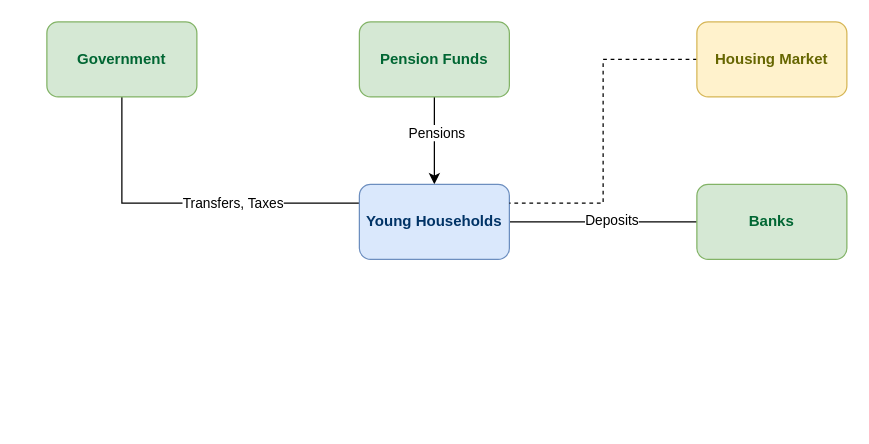
Earlier version of the draw.io diagram crash/CRASH_households_O.drawio (zuzancek/schemes). Source tidied: cells renumbered, new cells numbered last; positions are measured from the earlier drawing's top-left corner, leaving out a move shared by most shapes. Both pictures are drawn from the tidied source at 125%, with x=0, y=0 at pixel (46, 21).
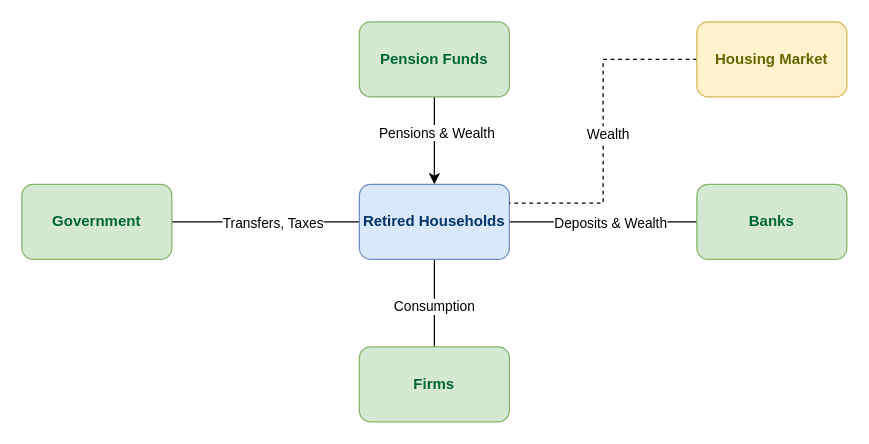
The same page after the edit.

Unchanged cells that the change refers to:
```xml
<mxCell id="2" style="edgeStyle=orthogonalEdgeStyle;rounded=0;jettySize=auto;html=1;entryX=0;entryY=0.5;entryDx=0;entryDy=0;endArrow=none;endFill=0;" parent="1" edge="1" source="8" target="10">
  <mxGeometry relative="1" as="geometry">
    <Array as="points">
      <mxPoint x="450" y="160" />
      <mxPoint x="450" y="160" />
    </Array>
  </mxGeometry>
</mxCell>
<mxCell id="4" style="edgeStyle=orthogonalEdgeStyle;rounded=0;jettySize=auto;html=1;entryX=0.5;entryY=1;entryDx=0;entryDy=0;endArrow=none;endFill=0;startArrow=classic;startFill=1;" parent="1" edge="1" source="8" target="9">
  <mxGeometry relative="1" as="geometry" />
</mxCell>
<mxCell id="11" style="edgeStyle=orthogonalEdgeStyle;rounded=0;jettySize=auto;html=1;entryX=1;entryY=0.25;entryDx=0;entryDy=0;endArrow=none;endFill=0;dashed=1;" parent="1" edge="1" source="12" target="8">
  <mxGeometry relative="1" as="geometry" />
</mxCell>
```

Diff of the diagram source:
```diff
@@
-    <mxCell id="3" value="Deposits" style="edgeLabel;html=1;align=center;verticalAlign=middle;" parent="2" vertex="1">
-      <mxGeometry x="0.08" y="2" relative="1" as="geometry" />
+    <mxCell id="3" value="Deposits &amp;amp; Wealth" style="edgeLabel;html=1;align=center;verticalAlign=middle;" parent="2" vertex="1">
+      <mxGeometry x="0.08" y="2" relative="1" as="geometry">
+        <mxPoint x="-1" y="2" as="offset" />
+      </mxGeometry>
     </mxCell>
@@
-    <mxCell id="5" value="Pensions" style="edgeLabel;html=1;align=center;verticalAlign=middle;" parent="4" vertex="1">
+    <mxCell id="5" value="Pensions &amp;amp; Wealth" style="edgeLabel;html=1;align=center;verticalAlign=middle;" parent="4" vertex="1">
       <mxGeometry x="0.21" y="-1" relative="1" as="geometry" />
     </mxCell>
-    <mxCell id="6" style="edgeStyle=orthogonalEdgeStyle;rounded=0;jettySize=auto;html=1;endArrow=none;endFill=0;exitX=0;exitY=0.25;exitDx=0;exitDy=0;" parent="1" edge="1" source="8" target="13">
+    <mxCell id="6" style="edgeStyle=orthogonalEdgeStyle;rounded=0;jettySize=auto;html=1;endArrow=none;endFill=0;exitX=0;exitY=0.5;exitDx=0;exitDy=0;" parent="1" edge="1" source="8" target="13">
       <mxGeometry relative="1" as="geometry" />
     </mxCell>
     <mxCell id="7" value="Transfers, Taxes" style="edgeLabel;html=1;align=center;verticalAlign=middle;" parent="6" vertex="1">
       <mxGeometry x="0.19" y="-1" relative="1" as="geometry">
-        <mxPoint x="62" as="offset" />
+        <mxPoint x="19" y="1" as="offset" />
       </mxGeometry>
     </mxCell>
+    <mxCell id="14" style="edgeStyle=orthogonalEdgeStyle;rounded=0;jettySize=auto;html=1;endArrow=none;endFill=0;startArrow=none;startFill=0;" parent="1" edge="1" source="8" target="17">
+      <mxGeometry relative="1" as="geometry">
+        <Array as="points">
+          <mxPoint x="310" y="210" />
+          <mxPoint x="310" y="210" />
+        </Array>
+      </mxGeometry>
+    </mxCell>
+    <mxCell id="15" value="Consumption" style="edgeLabel;html=1;align=center;verticalAlign=middle;" parent="14" vertex="1">
+      <mxGeometry x="0.05" y="-1" relative="1" as="geometry" />
+    </mxCell>
-    <mxCell id="8" value="Young Households" style="rounded=1;whiteSpace=wrap;html=1;fillColor=#dae8fc;strokeColor=#6c8ebf;fontColor=#003366;fontStyle=1;" parent="1" vertex="1">
+    <mxCell id="8" value="Retired Households" style="rounded=1;whiteSpace=wrap;html=1;fillColor=#dae8fc;strokeColor=#6c8ebf;fontColor=#003366;fontStyle=1;" parent="1" vertex="1">
       <mxGeometry x="250" y="130" width="120" height="60" as="geometry" />
     </mxCell>
@@
+    <mxCell id="16" value="Wealth" style="edgeLabel;html=1;align=center;verticalAlign=middle;" parent="11" vertex="1">
+      <mxGeometry x="0.01" y="3" relative="1" as="geometry" />
+    </mxCell>
@@
     <mxCell id="13" value="Government" style="rounded=1;whiteSpace=wrap;html=1;fillColor=#d5e8d4;strokeColor=#82b366;fontColor=#006633;fontStyle=1;" parent="1" vertex="1">
-      <mxGeometry width="120" height="60" as="geometry" />
+      <mxGeometry x="-20" y="130" width="120" height="60" as="geometry" />
     </mxCell>
+    <mxCell id="17" value="Firms" style="rounded=1;whiteSpace=wrap;html=1;fillColor=#d5e8d4;strokeColor=#82b366;fontColor=#006633;fontStyle=1;" parent="1" vertex="1">
+      <mxGeometry x="250" y="260" width="120" height="60" as="geometry" />
+    </mxCell>
```
